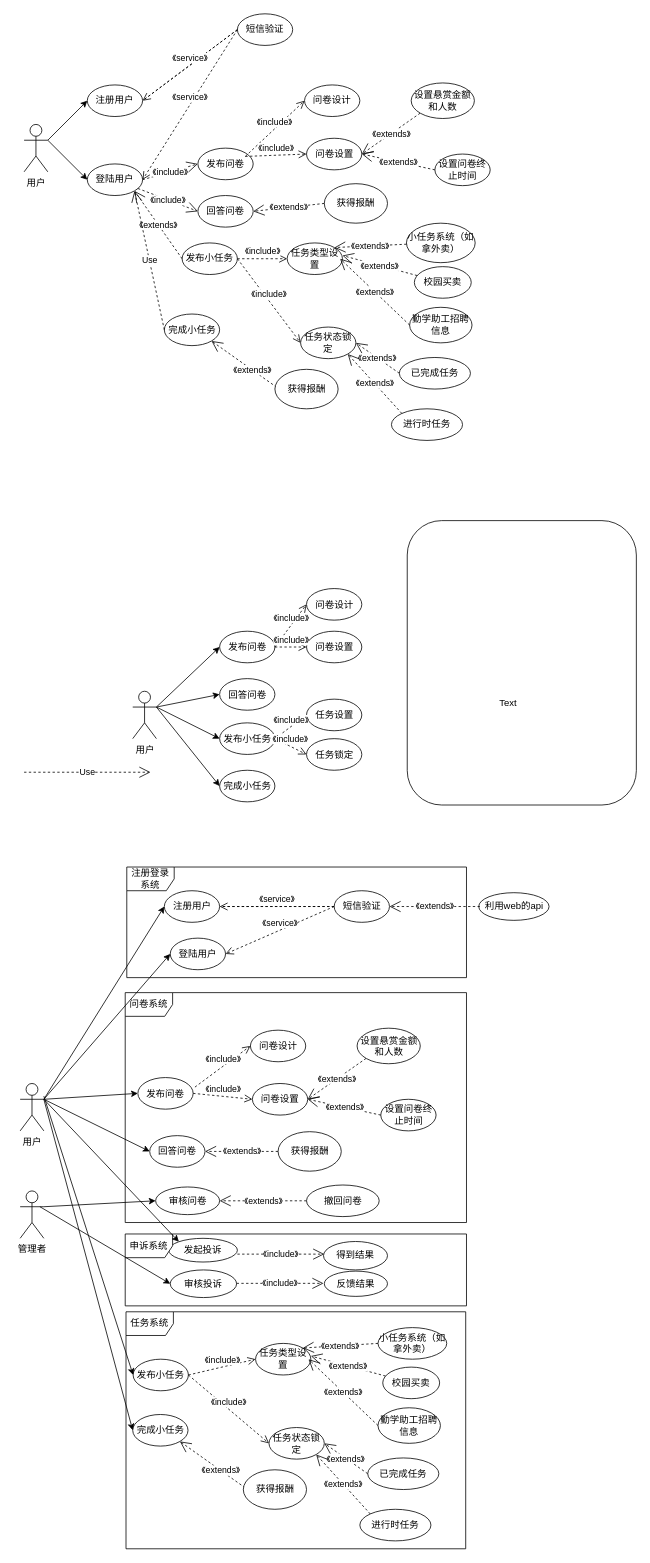
This is managerwork/draw.io/用例图.drawio from Walikrence/swsad-project, a draw.io file, before an edit. Source tidied: cells renumbered, new cells numbered last; positions are measured from the earlier drawing's top-left corner, leaving out a move shared by most shapes. Both pictures are drawn from the tidied source at 79%, with x=0, y=0 at pixel (20, 13).
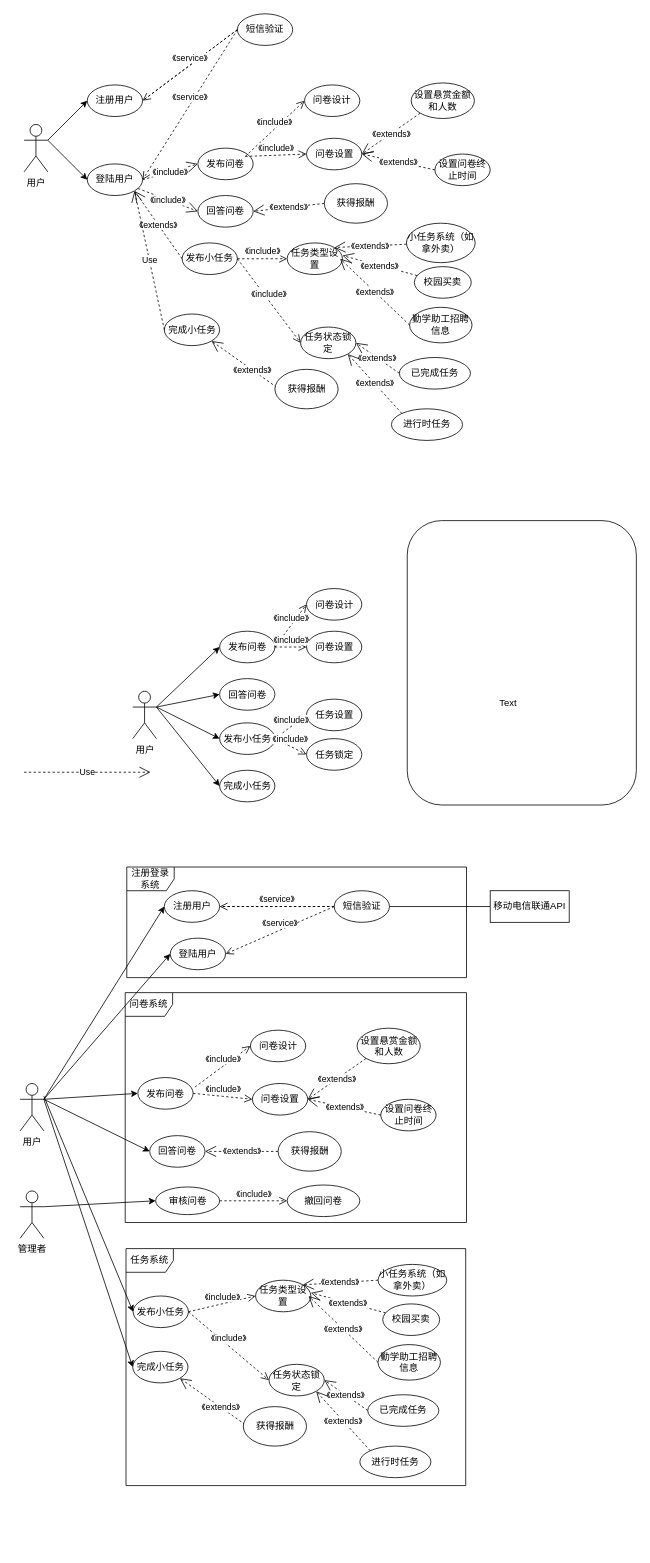
The same diagram, later.

Unchanged cells that the change refers to:
```xml
<mxCell id="97" value="用户" style="shape=umlActor;verticalLabelPosition=bottom;labelBackgroundColor=#ffffff;verticalAlign=top;html=1;outlineConnect=0;" parent="1" vertex="1">
  <mxGeometry y="1354" width="30" height="60" as="geometry" />
</mxCell>
<mxCell id="107" value="短信验证" style="ellipse;whiteSpace=wrap;html=1;" parent="1" vertex="1">
  <mxGeometry x="397.5" y="1110" width="70" height="40" as="geometry" />
</mxCell>
<mxCell id="113" value="管理者" style="shape=umlActor;verticalLabelPosition=bottom;labelBackgroundColor=#ffffff;verticalAlign=top;html=1;" parent="1" vertex="1">
  <mxGeometry y="1490" width="30" height="60" as="geometry" />
</mxCell>
<mxCell id="114" value="审核问卷" style="ellipse;whiteSpace=wrap;html=1;" parent="1" vertex="1">
  <mxGeometry x="171.5" y="1485" width="81" height="35" as="geometry" />
</mxCell>
```

Diff of the diagram source:
```diff
@@
     <mxCell id="66" value="任务系统" style="shape=umlFrame;whiteSpace=wrap;html=1;" parent="1" vertex="1">
-      <mxGeometry x="134" y="1643" width="430" height="300" as="geometry" />
+      <mxGeometry x="134" y="1563" width="430" height="300" as="geometry" />
     </mxCell>
@@
     <mxCell id="79" value="发布小任务" style="ellipse;whiteSpace=wrap;html=1;" parent="1" vertex="1">
-      <mxGeometry x="143" y="1703" width="70" height="40" as="geometry" />
+      <mxGeometry x="143" y="1623" width="70" height="40" as="geometry" />
     </mxCell>
     <mxCell id="80" value="完成小任务" style="ellipse;whiteSpace=wrap;html=1;" parent="1" vertex="1">
-      <mxGeometry x="142.5" y="1773" width="70" height="40" as="geometry" />
+      <mxGeometry x="142.5" y="1693" width="70" height="40" as="geometry" />
     </mxCell>
     <mxCell id="81" value="任务类型设置" style="ellipse;whiteSpace=wrap;html=1;" parent="1" vertex="1">
-      <mxGeometry x="298" y="1683" width="70" height="40" as="geometry" />
+      <mxGeometry x="298" y="1603" width="70" height="40" as="geometry" />
     </mxCell>
     <mxCell id="82" value="任务状态锁定" style="ellipse;whiteSpace=wrap;html=1;" parent="1" vertex="1">
-      <mxGeometry x="315" y="1789.5" width="70" height="40" as="geometry" />
+      <mxGeometry x="315" y="1709.5" width="70" height="40" as="geometry" />
     </mxCell>
@@
     <mxCell id="85" value="校园买卖" style="ellipse;whiteSpace=wrap;html=1;" parent="1" vertex="1">
-      <mxGeometry x="459" y="1713" width="72" height="40" as="geometry" />
+      <mxGeometry x="459" y="1633" width="72" height="40" as="geometry" />
     </mxCell>
     <mxCell id="86" value="勤学助工招聘信息" style="ellipse;whiteSpace=wrap;html=1;" parent="1" vertex="1">
-      <mxGeometry x="453" y="1764.5" width="79" height="45" as="geometry" />
+      <mxGeometry x="453" y="1684.5" width="79" height="45" as="geometry" />
     </mxCell>
@@
     <mxCell id="88" value="《extends》" style="endArrow=open;endSize=12;dashed=1;html=1;entryX=1;entryY=0;entryDx=0;entryDy=0;" parent="1" edge="1" source="85">
       <mxGeometry relative="1" as="geometry">
-        <mxPoint x="368" y="1699" as="targetPoint" />
+        <mxPoint x="368" y="1619" as="targetPoint" />
       </mxGeometry>
     </mxCell>
     <mxCell id="89" value="《extends》" style="endArrow=open;endSize=12;dashed=1;html=1;exitX=0;exitY=0.5;exitDx=0;exitDy=0;" parent="1" edge="1" source="86">
       <mxGeometry relative="1" as="geometry">
-        <mxPoint x="365" y="1703" as="targetPoint" />
+        <mxPoint x="365" y="1623" as="targetPoint" />
       </mxGeometry>
     </mxCell>
     <mxCell id="90" value="《extends》" style="endArrow=open;endSize=12;dashed=1;html=1;entryX=1;entryY=1;entryDx=0;entryDy=0;exitX=0;exitY=0.5;exitDx=0;exitDy=0;" parent="1" edge="1" source="91" target="80">
       <mxGeometry relative="1" as="geometry">
         <Array as="points">
-          <mxPoint x="295" y="1873" />
+          <mxPoint x="295" y="1793" />
         </Array>
       </mxGeometry>
     </mxCell>
     <mxCell id="91" value="获得报酬" style="ellipse;whiteSpace=wrap;html=1;" parent="1" vertex="1">
-      <mxGeometry x="282.5" y="1843" width="80" height="50" as="geometry" />
+      <mxGeometry x="282.5" y="1763" width="80" height="50" as="geometry" />
     </mxCell>
@@
     <mxCell id="93" value="已完成任务" style="ellipse;whiteSpace=wrap;html=1;" parent="1" vertex="1">
-      <mxGeometry x="440" y="1828" width="90" height="40" as="geometry" />
+      <mxGeometry x="440" y="1748" width="90" height="40" as="geometry" />
     </mxCell>
     <mxCell id="94" value="进行时任务" style="ellipse;whiteSpace=wrap;html=1;" parent="1" vertex="1">
-      <mxGeometry x="430" y="1893" width="90" height="40" as="geometry" />
+      <mxGeometry x="430" y="1813" width="90" height="40" as="geometry" />
     </mxCell>
@@
     <mxCell id="96" value="小任务系统（如拿外卖）" style="ellipse;whiteSpace=wrap;html=1;" parent="1" vertex="1">
-      <mxGeometry x="453" y="1663" width="87" height="40" as="geometry" />
+      <mxGeometry x="453" y="1583" width="87" height="40" as="geometry" />
     </mxCell>
@@
-    <mxCell id="111" value="利用web的api" style="ellipse;whiteSpace=wrap;html=1;" parent="1" vertex="1">
-      <mxGeometry x="580.5" y="1112.5" width="89" height="35" as="geometry" />
-    </mxCell>
-    <mxCell id="112" value="《extends》" style="endArrow=open;endSize=12;dashed=1;html=1;entryX=1;entryY=0.5;entryDx=0;entryDy=0;" parent="1" edge="1" target="107">
-      <mxGeometry relative="1" as="geometry">
-        <mxPoint x="582" y="1130" as="sourcePoint" />
-      </mxGeometry>
-    </mxCell>
@@
-    <mxCell id="116" value="《extends》" style="endArrow=open;endSize=12;dashed=1;html=1;entryX=1;entryY=0.5;entryDx=0;entryDy=0;exitX=0;exitY=0.5;exitDx=0;exitDy=0;" parent="1" edge="1" source="117" target="114">
-      <mxGeometry relative="1" as="geometry" />
-    </mxCell>
     <mxCell id="117" value="撤回问卷" style="ellipse;whiteSpace=wrap;html=1;" parent="1" vertex="1">
-      <mxGeometry x="362.5" y="1482.5" width="92" height="40" as="geometry" />
+      <mxGeometry x="338" y="1482.5" width="92" height="40" as="geometry" />
     </mxCell>
-    <mxCell id="118" value="审核投诉" style="ellipse;whiteSpace=wrap;html=1;" parent="1" vertex="1">
-      <mxGeometry x="190" y="1590" width="84" height="35" as="geometry" />
-    </mxCell>
-    <mxCell id="119" value="发起投诉" style="ellipse;whiteSpace=wrap;html=1;" parent="1" vertex="1">
-      <mxGeometry x="188" y="1550" width="87" height="30" as="geometry" />
-    </mxCell>
-    <mxCell id="120" value="申诉系统" style="shape=umlFrame;whiteSpace=wrap;html=1;" parent="1" vertex="1">
-      <mxGeometry x="133" y="1544.5" width="432" height="91" as="geometry" />
-    </mxCell>
-    <mxCell id="121" value="《include》" style="endArrow=open;endSize=12;dashed=1;html=1;" parent="1" edge="1">
-      <mxGeometry relative="1" as="geometry">
-        <mxPoint x="275" y="1570" as="sourcePoint" />
-        <mxPoint x="385" y="1570" as="targetPoint" />
-      </mxGeometry>
-    </mxCell>
-    <mxCell id="122" value="得到结果" style="ellipse;whiteSpace=wrap;html=1;" parent="1" vertex="1">
-      <mxGeometry x="384" y="1554" width="81" height="36" as="geometry" />
-    </mxCell>
-    <mxCell id="123" value="《include》" style="endArrow=open;endSize=12;dashed=1;html=1;" parent="1" edge="1">
-      <mxGeometry relative="1" as="geometry">
-        <mxPoint x="274" y="1607" as="sourcePoint" />
-        <mxPoint x="384" y="1607" as="targetPoint" />
-      </mxGeometry>
-    </mxCell>
-    <mxCell id="124" value="反馈结果" style="ellipse;whiteSpace=wrap;html=1;" parent="1" vertex="1">
-      <mxGeometry x="385" y="1591.5" width="80" height="32" as="geometry" />
-    </mxCell>
-    <mxCell id="125" style="endArrow=classic;html=1;exitX=1;exitY=0.3333333333333333;exitDx=0;exitDy=0;exitPerimeter=0;entryX=0;entryY=0;entryDx=0;entryDy=0;" parent="1" edge="1" source="97" target="119">
-      <mxGeometry relative="1" as="geometry" />
-    </mxCell>
-    <mxCell id="126" style="endArrow=classic;html=1;entryX=0;entryY=0.5;entryDx=0;entryDy=0;exitX=0.833;exitY=0.333;exitDx=0;exitDy=0;exitPerimeter=0;" parent="1" edge="1" source="113" target="118">
-      <mxGeometry relative="1" as="geometry" />
-    </mxCell>
+    <mxCell id="127" style="endArrow=none;html=1;exitX=1;exitY=0.5;exitDx=0;exitDy=0;" parent="1" edge="1" source="107">
+      <mxGeometry relative="1" as="geometry">
+        <mxPoint x="595" y="1130" as="targetPoint" />
+      </mxGeometry>
+    </mxCell>
+    <mxCell id="128" value="移动电信联通API" style="rounded=0;whiteSpace=wrap;html=1;" parent="1" vertex="1">
+      <mxGeometry x="595" y="1110" width="100" height="40" as="geometry" />
+    </mxCell>
+    <mxCell id="129" value="《include》" style="html=1;verticalAlign=bottom;endArrow=open;dashed=1;endSize=8;exitX=1;exitY=0.5;exitDx=0;exitDy=0;entryX=0;entryY=0.5;entryDx=0;entryDy=0;" parent="1" edge="1" source="114" target="117">
+      <mxGeometry relative="1" as="geometry" />
+    </mxCell>
```
